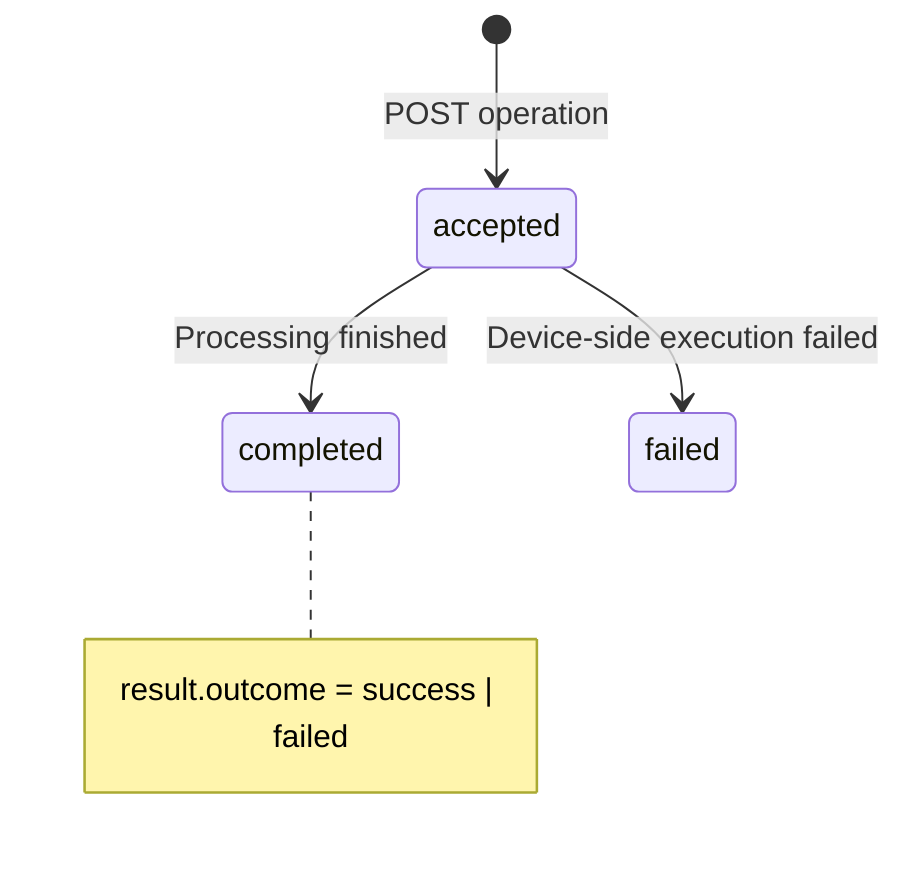
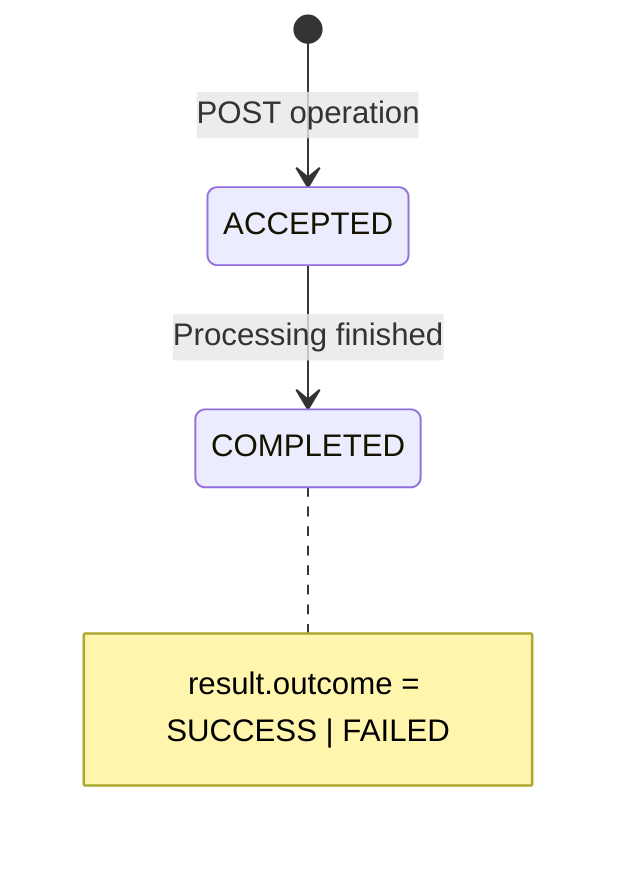
stateDiagram-v2
-     [*] --> accepted: POST operation
-     accepted --> completed: Processing finished
-     accepted --> failed: Device-side execution failed
-     note right of completed: result.outcome = success | failed
+     [*] --> ACCEPTED: POST operation
+     ACCEPTED --> COMPLETED: Processing finished
+     note right of COMPLETED: result.outcome = SUCCESS | FAILED
